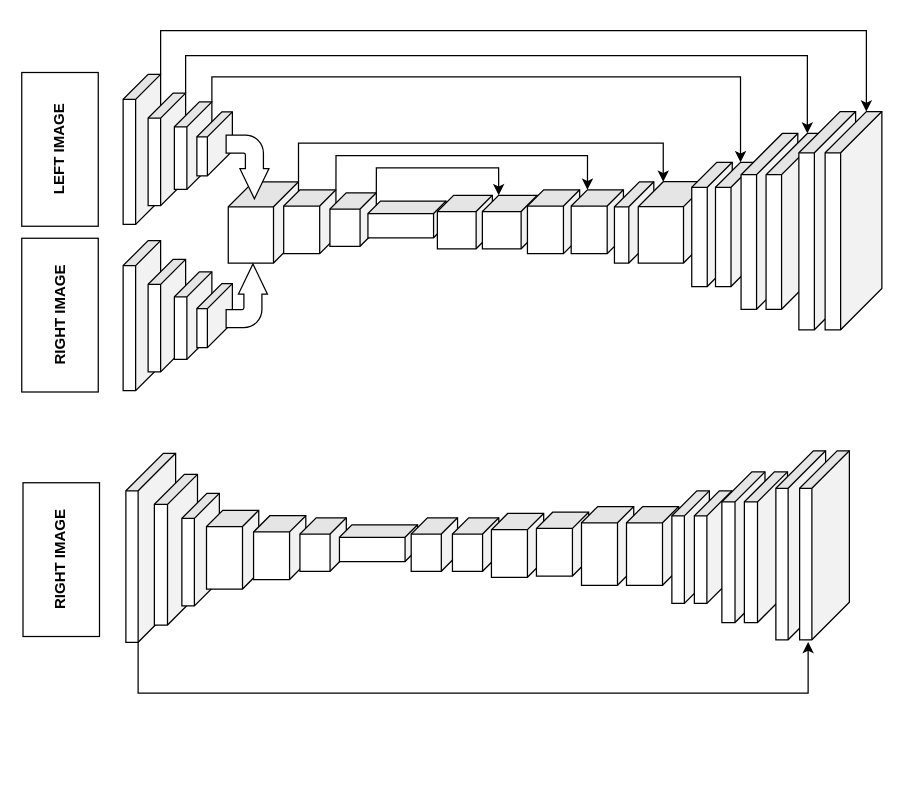
The draw.io diagram Untitled Diagram.drawio in APVGITHUB/stereo-fpga, before the edit. Source tidied: cells renumbered, new cells numbered last; positions are measured from the earlier drawing's top-left corner, leaving out a move shared by most shapes. Both pictures are drawn from the tidied source at 125%, with x=0, y=0 at pixel (-18, 30).
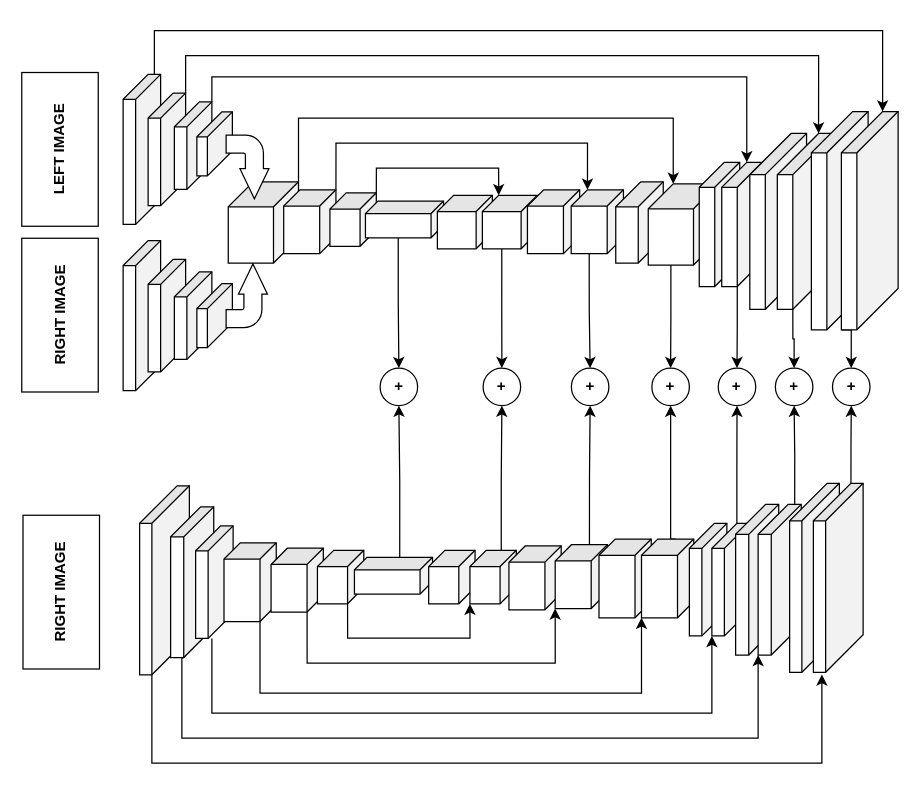
The same diagram, later.

Unchanged cells that the change refers to:
```xml
<mxCell id="3" style="shape=cube;whiteSpace=wrap;html=1;boundedLbl=1;backgroundOutline=1;darkOpacity=0.05;darkOpacity2=0.1;rotation=90;" parent="1" vertex="1">
  <mxGeometry x="67" y="80" width="120" height="30" as="geometry" />
</mxCell>
<mxCell id="5" style="shape=cube;whiteSpace=wrap;html=1;boundedLbl=1;backgroundOutline=1;darkOpacity=0.05;darkOpacity2=0.1;rotation=90;" parent="1" vertex="1">
  <mxGeometry x="102" y="80" width="90" height="30" as="geometry" />
</mxCell>
<mxCell id="16" style="shape=cube;whiteSpace=wrap;html=1;boundedLbl=1;backgroundOutline=1;darkOpacity=0.05;darkOpacity2=0.1;rotation=90;" parent="1" vertex="1">
  <mxGeometry x="191.7" y="125.3" width="65" height="56.2" as="geometry" />
</mxCell>
<mxCell id="20" style="shape=cube;whiteSpace=wrap;html=1;boundedLbl=1;backgroundOutline=1;darkOpacity=0.05;darkOpacity2=0.1;rotation=90;size=13;" parent="1" vertex="1">
  <mxGeometry x="235.8" y="132" width="51.1" height="41.8" as="geometry" />
</mxCell>
<mxCell id="22" style="shape=cube;whiteSpace=wrap;html=1;boundedLbl=1;backgroundOutline=1;darkOpacity=0.05;darkOpacity2=0.1;rotation=90;size=13;" parent="1" vertex="1">
  <mxGeometry x="274.6" y="132.6" width="42.8" height="37.1" as="geometry" />
</mxCell>
<mxCell id="25" style="shape=cube;whiteSpace=wrap;html=1;boundedLbl=1;backgroundOutline=1;darkOpacity=0.05;darkOpacity2=0.1;rotation=90;size=13;" parent="1" vertex="1">
  <mxGeometry x="400" y="131.1" width="42.8" height="44" as="geometry" />
</mxCell>
<mxCell id="27" style="shape=cube;whiteSpace=wrap;html=1;boundedLbl=1;backgroundOutline=1;darkOpacity=0.05;darkOpacity2=0.1;rotation=90;size=13;" parent="1" vertex="1">
  <mxGeometry x="465.8" y="132" width="51.1" height="41.8" as="geometry" />
</mxCell>
```

The edit, as a diff of the source:
```diff
@@
-    <mxCell id="2" style="edgeStyle=orthogonalEdgeStyle;rounded=0;jettySize=auto;html=1;exitX=0;exitY=0;exitDx=0;exitDy=0;exitPerimeter=0;entryX=0;entryY=0;entryDx=0;entryDy=12.399999999999999;entryPerimeter=0;" parent="1" edge="1" source="3" target="35">
+    <mxCell id="2" style="edgeStyle=orthogonalEdgeStyle;rounded=0;jettySize=auto;html=1;exitX=0;exitY=0;exitDx=0;exitDy=5.000000000000002;exitPerimeter=0;entryX=0;entryY=0;entryDx=0;entryDy=12.399999999999999;entryPerimeter=0;" parent="1" edge="1" source="3" target="35">
       <mxGeometry relative="1" as="geometry">
         <Array as="points">
-          <mxPoint x="142" />
-          <mxPoint x="707" />
+          <mxPoint x="137" />
+          <mxPoint x="720" />
         </Array>
       </mxGeometry>
     </mxCell>
@@
     <mxCell id="4" style="edgeStyle=orthogonalEdgeStyle;rounded=0;jettySize=auto;html=1;exitX=0;exitY=0;exitDx=0;exitDy=0;exitPerimeter=0;entryX=0;entryY=0;entryDx=0;entryDy=12.399999999999999;entryPerimeter=0;" parent="1" edge="1" source="5" target="33">
       <mxGeometry relative="1" as="geometry">
         <Array as="points">
           <mxPoint x="162" y="20" />
-          <mxPoint x="659" y="20" />
+          <mxPoint x="668" y="20" />
         </Array>
       </mxGeometry>
     </mxCell>
@@
-    <mxCell id="15" style="edgeStyle=orthogonalEdgeStyle;rounded=0;jettySize=auto;html=1;exitX=0;exitY=0;exitDx=0;exitDy=0;exitPerimeter=0;entryX=0;entryY=0;entryDx=0;entryDy=36.21;entryPerimeter=0;" parent="1" edge="1" source="16" target="29">
+    <mxCell id="15" style="edgeStyle=orthogonalEdgeStyle;rounded=0;jettySize=auto;html=1;exitX=0;exitY=0;exitDx=0;exitDy=0;exitPerimeter=0;entryX=0;entryY=0;entryDx=0;entryDy=36.21000000000001;entryPerimeter=0;" parent="1" edge="1" source="16" target="29">
       <mxGeometry relative="1" as="geometry">
         <Array as="points">
-          <mxPoint x="252" y="90" />
-          <mxPoint x="544" y="90" />
+          <mxPoint x="252" y="70" />
+          <mxPoint x="552" y="70" />
         </Array>
       </mxGeometry>
     </mxCell>
@@
     <mxCell id="19" style="edgeStyle=orthogonalEdgeStyle;rounded=0;jettySize=auto;html=1;exitX=0;exitY=0;exitDx=0;exitDy=0;exitPerimeter=0;entryX=0;entryY=0;entryDx=0;entryDy=28.78;entryPerimeter=0;" parent="1" edge="1" source="20" target="27">
       <mxGeometry relative="1" as="geometry">
         <Array as="points">
-          <mxPoint x="282" y="100" />
-          <mxPoint x="484" y="100" />
+          <mxPoint x="282" y="90" />
+          <mxPoint x="484" y="90" />
         </Array>
       </mxGeometry>
     </mxCell>
@@
     <mxCell id="21" style="edgeStyle=orthogonalEdgeStyle;rounded=0;jettySize=auto;html=1;exitX=0;exitY=0;exitDx=0;exitDy=0;exitPerimeter=0;entryX=0;entryY=0;entryDx=0;entryDy=30.950000000000003;entryPerimeter=0;" parent="1" edge="1" source="22" target="25">
-      <mxGeometry relative="1" as="geometry" />
+      <mxGeometry relative="1" as="geometry">
+        <Array as="points">
+          <mxPoint x="314" y="110" />
+          <mxPoint x="412" y="110" />
+        </Array>
+      </mxGeometry>
     </mxCell>
@@
+    <mxCell id="57" style="edgeStyle=orthogonalEdgeStyle;rounded=0;jettySize=auto;html=1;exitX=0;exitY=0;exitDx=29.43;exitDy=36.269999999999996;exitPerimeter=0;entryX=0.5;entryY=0;entryDx=0;entryDy=0;" parent="1" edge="1" source="23" target="76">
+      <mxGeometry relative="1" as="geometry" />
+    </mxCell>
     <mxCell id="23" style="shape=cube;whiteSpace=wrap;html=1;boundedLbl=1;backgroundOutline=1;darkOpacity=0.05;darkOpacity2=0.1;rotation=90;size=10;" parent="1" vertex="1">
-      <mxGeometry x="324.4" y="119.8" width="29.4" height="62.5" as="geometry" />
+      <mxGeometry x="322.4" y="119.8" width="29.4" height="62.5" as="geometry" />
     </mxCell>
@@
+    <mxCell id="58" style="edgeStyle=orthogonalEdgeStyle;rounded=0;jettySize=auto;html=1;exitX=0;exitY=0;exitDx=42.81;exitDy=28.475;exitPerimeter=0;entryX=0.5;entryY=0;entryDx=0;entryDy=0;" parent="1" edge="1" source="25" target="77">
+      <mxGeometry relative="1" as="geometry" />
+    </mxCell>
@@
+    <mxCell id="59" style="edgeStyle=orthogonalEdgeStyle;rounded=0;jettySize=auto;html=1;exitX=0;exitY=0;exitDx=51.150000000000006;exitDy=27.39;exitPerimeter=0;entryX=0.5;entryY=0;entryDx=0;entryDy=0;" parent="1" edge="1" source="27" target="78">
+      <mxGeometry relative="1" as="geometry" />
+    </mxCell>
@@
     <mxCell id="28" style="shape=cube;whiteSpace=wrap;html=1;boundedLbl=1;backgroundOutline=1;darkOpacity=0.05;darkOpacity2=0.1;rotation=90;" parent="1" vertex="1">
-      <mxGeometry x="488.3" y="137.7" width="65" height="31.5" as="geometry" />
+      <mxGeometry x="492.6" y="134.4" width="65" height="38" as="geometry" />
     </mxCell>
+    <mxCell id="60" style="edgeStyle=orthogonalEdgeStyle;rounded=0;jettySize=auto;html=1;exitX=0;exitY=0;exitDx=65.01;exitDy=38.105000000000004;exitPerimeter=0;entryX=0.5;entryY=0;entryDx=0;entryDy=0;" parent="1" edge="1" source="29" target="79">
+      <mxGeometry relative="1" as="geometry" />
+    </mxCell>
     <mxCell id="29" style="shape=cube;whiteSpace=wrap;html=1;boundedLbl=1;backgroundOutline=1;darkOpacity=0.05;darkOpacity2=0.1;rotation=90;" parent="1" vertex="1">
-      <mxGeometry x="519.7" y="125.3" width="65" height="56.2" as="geometry" />
+      <mxGeometry x="527.7" y="126.9" width="65" height="56.2" as="geometry" />
     </mxCell>
     <mxCell id="30" style="shape=cube;whiteSpace=wrap;html=1;boundedLbl=1;backgroundOutline=1;darkOpacity=0.05;darkOpacity2=0.1;rotation=90;" parent="1" vertex="1">
-      <mxGeometry x="533.4" y="138.8" width="99.4" height="32.4" as="geometry" />
+      <mxGeometry x="539.4" y="138.8" width="99.4" height="32.4" as="geometry" />
     </mxCell>
+    <mxCell id="61" style="edgeStyle=orthogonalEdgeStyle;rounded=0;jettySize=auto;html=1;exitX=0;exitY=0;exitDx=99.4;exitDy=20;exitPerimeter=0;entryX=0.5;entryY=0;entryDx=0;entryDy=0;" parent="1" edge="1" source="31" target="80">
+      <mxGeometry relative="1" as="geometry" />
+    </mxCell>
     <mxCell id="31" style="shape=cube;whiteSpace=wrap;html=1;boundedLbl=1;backgroundOutline=1;darkOpacity=0.05;darkOpacity2=0.1;rotation=90;" parent="1" vertex="1">
-      <mxGeometry x="552.4" y="138.8" width="99.4" height="32.4" as="geometry" />
+      <mxGeometry x="557.4" y="138.8" width="99.4" height="32.4" as="geometry" />
     </mxCell>
     <mxCell id="32" style="shape=cube;whiteSpace=wrap;html=1;boundedLbl=1;backgroundOutline=1;darkOpacity=0.05;darkOpacity2=0.1;rotation=90;size=33;" parent="1" vertex="1">
-      <mxGeometry x="558.7" y="129.9" width="140.7" height="45.4" as="geometry" />
+      <mxGeometry x="565.7" y="129.9" width="140.7" height="45.4" as="geometry" />
     </mxCell>
+    <mxCell id="62" style="edgeStyle=orthogonalEdgeStyle;rounded=0;jettySize=auto;html=1;exitX=0;exitY=0;exitDx=140.74;exitDy=33;exitPerimeter=0;entryX=0.5;entryY=0;entryDx=0;entryDy=0;" parent="1" edge="1" source="33" target="81">
+      <mxGeometry relative="1" as="geometry" />
+    </mxCell>
     <mxCell id="33" style="shape=cube;whiteSpace=wrap;html=1;boundedLbl=1;backgroundOutline=1;darkOpacity=0.05;darkOpacity2=0.1;rotation=90;size=33;" parent="1" vertex="1">
-      <mxGeometry x="578.7" y="129.9" width="140.7" height="45.4" as="geometry" />
+      <mxGeometry x="587.7" y="129.9" width="140.7" height="45.4" as="geometry" />
     </mxCell>
     <mxCell id="34" style="shape=cube;whiteSpace=wrap;html=1;boundedLbl=1;backgroundOutline=1;darkOpacity=0.05;darkOpacity2=0.1;rotation=90;size=33;" parent="1" vertex="1">
-      <mxGeometry x="588" y="129.3" width="174.6" height="45.4" as="geometry" />
+      <mxGeometry x="598" y="129.3" width="174.6" height="45.4" as="geometry" />
     </mxCell>
+    <mxCell id="63" style="edgeStyle=orthogonalEdgeStyle;rounded=0;jettySize=auto;html=1;exitX=1;exitY=1;exitDx=0;exitDy=0;exitPerimeter=0;entryX=0.5;entryY=0;entryDx=0;entryDy=0;" parent="1" edge="1" source="35" target="82">
+      <mxGeometry relative="1" as="geometry" />
+    </mxCell>
     <mxCell id="35" style="shape=cube;whiteSpace=wrap;html=1;boundedLbl=1;backgroundOutline=1;darkOpacity=0.05;darkOpacity2=0.1;rotation=90;size=33;" parent="1" vertex="1">
-      <mxGeometry x="609" y="129.3" width="174.6" height="45.4" as="geometry" />
+      <mxGeometry x="622" y="129.3" width="174.6" height="45.4" as="geometry" />
     </mxCell>
     <mxCell id="36" style="edgeStyle=orthogonalEdgeStyle;rounded=0;jettySize=auto;html=1;exitX=0;exitY=0;exitDx=151.25;exitDy=30;exitPerimeter=0;" parent="1" edge="1" source="37">
       <mxGeometry relative="1" as="geometry">
-        <mxPoint x="660" y="489" as="targetPoint" />
+        <mxPoint x="671" y="515" as="targetPoint" />
         <Array as="points">
-          <mxPoint x="124" y="530" />
-          <mxPoint x="660" y="530" />
+          <mxPoint x="135" y="586" />
+          <mxPoint x="671" y="586" />
         </Array>
       </mxGeometry>
     </mxCell>
     <mxCell id="37" style="shape=cube;whiteSpace=wrap;html=1;boundedLbl=1;backgroundOutline=1;darkOpacity=0.05;darkOpacity2=0.1;rotation=90;size=30;" parent="1" vertex="1">
-      <mxGeometry x="58.5" y="393.8" width="151.2" height="39.8" as="geometry" />
+      <mxGeometry x="69.5" y="419.8" width="151.2" height="39.8" as="geometry" />
     </mxCell>
+    <mxCell id="64" style="edgeStyle=orthogonalEdgeStyle;rounded=0;jettySize=auto;html=1;exitX=0;exitY=0;exitDx=120.5;exitDy=24;exitPerimeter=0;entryX=1;entryY=1;entryDx=0;entryDy=0;entryPerimeter=0;" parent="1" edge="1" source="38" target="54">
+      <mxGeometry relative="1" as="geometry">
+        <Array as="points">
+          <mxPoint x="159" y="566" />
+          <mxPoint x="620" y="566" />
+        </Array>
+      </mxGeometry>
+    </mxCell>
     <mxCell id="38" style="shape=cube;whiteSpace=wrap;html=1;boundedLbl=1;backgroundOutline=1;darkOpacity=0.05;darkOpacity2=0.1;rotation=90;size=24;" parent="1" vertex="1">
-      <mxGeometry x="94" y="398" width="120.5" height="34.5" as="geometry" />
+      <mxGeometry x="107" y="424" width="120.5" height="34.5" as="geometry" />
     </mxCell>
+    <mxCell id="65" style="edgeStyle=orthogonalEdgeStyle;rounded=0;jettySize=auto;html=1;exitX=0;exitY=0;exitDx=90;exitDy=20;exitPerimeter=0;entryX=1;entryY=1;entryDx=0;entryDy=0;entryPerimeter=0;" parent="1" edge="1" target="52">
+      <mxGeometry relative="1" as="geometry">
+        <mxPoint x="183" y="486.2" as="sourcePoint" />
+        <Array as="points">
+          <mxPoint x="183" y="546" />
+          <mxPoint x="583" y="546" />
+        </Array>
+      </mxGeometry>
+    </mxCell>
     <mxCell id="39" style="shape=cube;whiteSpace=wrap;html=1;boundedLbl=1;backgroundOutline=1;darkOpacity=0.05;darkOpacity2=0.1;rotation=90;" parent="1" vertex="1">
-      <mxGeometry x="129" y="400.2" width="90" height="30" as="geometry" />
+      <mxGeometry x="140" y="426.2" width="90" height="30" as="geometry" />
     </mxCell>
+    <mxCell id="66" style="edgeStyle=orthogonalEdgeStyle;rounded=0;jettySize=auto;html=1;exitX=0;exitY=0;exitDx=62.99999999999999;exitDy=13;exitPerimeter=0;entryX=1;entryY=1;entryDx=0;entryDy=0;entryPerimeter=0;" parent="1" edge="1" source="40" target="50">
+      <mxGeometry relative="1" as="geometry">
+        <Array as="points">
+          <mxPoint x="222" y="530" />
+          <mxPoint x="527" y="530" />
+        </Array>
+      </mxGeometry>
+    </mxCell>
     <mxCell id="40" style="shape=cube;whiteSpace=wrap;html=1;boundedLbl=1;backgroundOutline=1;darkOpacity=0.05;darkOpacity2=0.1;rotation=90;size=13;" parent="1" vertex="1">
-      <mxGeometry x="168.1" y="394.3" width="63" height="41.8" as="geometry" />
+      <mxGeometry x="182.1" y="420.3" width="63" height="41.8" as="geometry" />
     </mxCell>
+    <mxCell id="67" style="edgeStyle=orthogonalEdgeStyle;rounded=0;jettySize=auto;html=1;exitX=0;exitY=0;exitDx=51.150000000000006;exitDy=13;exitPerimeter=0;entryX=1;entryY=1;entryDx=0;entryDy=0;entryPerimeter=0;" parent="1" edge="1" source="41" target="48">
+      <mxGeometry relative="1" as="geometry">
+        <Array as="points">
+          <mxPoint x="259" y="506" />
+          <mxPoint x="457" y="506" />
+        </Array>
+      </mxGeometry>
+    </mxCell>
     <mxCell id="41" style="shape=cube;whiteSpace=wrap;html=1;boundedLbl=1;backgroundOutline=1;darkOpacity=0.05;darkOpacity2=0.1;rotation=90;size=13;" parent="1" vertex="1">
-      <mxGeometry x="211.7" y="392.7" width="51.1" height="41.8" as="geometry" />
+      <mxGeometry x="225.7" y="418.7" width="51.1" height="41.8" as="geometry" />
     </mxCell>
+    <mxCell id="68" style="edgeStyle=orthogonalEdgeStyle;rounded=0;jettySize=auto;html=1;exitX=0;exitY=0;exitDx=42.81;exitDy=13;exitPerimeter=0;entryX=1;entryY=1;entryDx=0;entryDy=0;entryPerimeter=0;" parent="1" edge="1" source="42" target="46">
+      <mxGeometry relative="1" as="geometry">
+        <Array as="points">
+          <mxPoint x="292" y="486" />
+          <mxPoint x="389" y="486" />
+        </Array>
+      </mxGeometry>
+    </mxCell>
     <mxCell id="42" style="shape=cube;whiteSpace=wrap;html=1;boundedLbl=1;backgroundOutline=1;darkOpacity=0.05;darkOpacity2=0.1;rotation=90;size=13;" parent="1" vertex="1">
-      <mxGeometry x="250.6" y="392.6" width="42.8" height="37.1" as="geometry" />
+      <mxGeometry x="264.6" y="418.6" width="42.8" height="37.1" as="geometry" />
     </mxCell>
+    <mxCell id="69" style="edgeStyle=orthogonalEdgeStyle;rounded=0;jettySize=auto;html=1;exitX=0;exitY=0;exitDx=0;exitDy=26.27;exitPerimeter=0;entryX=0.5;entryY=1;entryDx=0;entryDy=0;" parent="1" edge="1" source="43" target="76">
+      <mxGeometry relative="1" as="geometry" />
+    </mxCell>
     <mxCell id="43" style="shape=cube;whiteSpace=wrap;html=1;boundedLbl=1;backgroundOutline=1;darkOpacity=0.05;darkOpacity2=0.1;rotation=90;size=10;" parent="1" vertex="1">
-      <mxGeometry x="301.6" y="378.8" width="29.4" height="62.5" as="geometry" />
+      <mxGeometry x="313.6" y="404.8" width="29.4" height="62.5" as="geometry" />
     </mxCell>
     <mxCell id="44" value="&lt;b&gt;RIGHT IMAGE&lt;/b&gt;" style="rounded=0;whiteSpace=wrap;html=1;rotation=-90;" parent="1" vertex="1">
-      <mxGeometry x="1" y="392.6" width="123" height="61.2" as="geometry" />
+      <mxGeometry x="1" y="418.6" width="123" height="61.2" as="geometry" />
     </mxCell>
     <mxCell id="45" style="shape=cube;whiteSpace=wrap;html=1;boundedLbl=1;backgroundOutline=1;darkOpacity=0.05;darkOpacity2=0.1;rotation=90;size=13;" parent="1" vertex="1">
-      <mxGeometry x="339.6" y="392.6" width="42.8" height="37.1" as="geometry" />
+      <mxGeometry x="353.6" y="418.6" width="42.8" height="37.1" as="geometry" />
     </mxCell>
+    <mxCell id="70" style="edgeStyle=orthogonalEdgeStyle;rounded=0;jettySize=auto;html=1;exitX=0;exitY=0;exitDx=0;exitDy=12.055;exitPerimeter=0;entryX=0.5;entryY=1;entryDx=0;entryDy=0;" parent="1" edge="1" source="46" target="77">
+      <mxGeometry relative="1" as="geometry" />
+    </mxCell>
     <mxCell id="46" style="shape=cube;whiteSpace=wrap;html=1;boundedLbl=1;backgroundOutline=1;darkOpacity=0.05;darkOpacity2=0.1;rotation=90;size=13;" parent="1" vertex="1">
-      <mxGeometry x="372.6" y="392.6" width="42.8" height="37.1" as="geometry" />
+      <mxGeometry x="386.6" y="418.6" width="42.8" height="37.1" as="geometry" />
     </mxCell>
     <mxCell id="47" style="shape=cube;whiteSpace=wrap;html=1;boundedLbl=1;backgroundOutline=1;darkOpacity=0.05;darkOpacity2=0.1;rotation=90;size=13;" parent="1" vertex="1">
-      <mxGeometry x="402" y="390.9" width="51.1" height="41.8" as="geometry" />
+      <mxGeometry x="416" y="416.9" width="51.1" height="41.8" as="geometry" />
     </mxCell>
+    <mxCell id="71" style="edgeStyle=orthogonalEdgeStyle;rounded=0;jettySize=auto;html=1;exitX=0;exitY=0;exitDx=0;exitDy=14.39;exitPerimeter=0;" parent="1" edge="1" source="48" target="78">
+      <mxGeometry relative="1" as="geometry" />
+    </mxCell>
     <mxCell id="48" style="shape=cube;whiteSpace=wrap;html=1;boundedLbl=1;backgroundOutline=1;darkOpacity=0.05;darkOpacity2=0.1;rotation=90;size=13;" parent="1" vertex="1">
-      <mxGeometry x="438" y="389.9" width="51.1" height="41.8" as="geometry" />
+      <mxGeometry x="453" y="415.9" width="51.1" height="41.8" as="geometry" />
     </mxCell>
     <mxCell id="49" style="shape=cube;whiteSpace=wrap;html=1;boundedLbl=1;backgroundOutline=1;darkOpacity=0.05;darkOpacity2=0.1;rotation=90;size=13;" parent="1" vertex="1">
-      <mxGeometry x="468.1" y="391.3" width="63" height="41.8" as="geometry" />
+      <mxGeometry x="482.1" y="417.3" width="63" height="41.8" as="geometry" />
     </mxCell>
+    <mxCell id="72" style="edgeStyle=orthogonalEdgeStyle;rounded=0;jettySize=auto;html=1;exitX=0;exitY=0;exitDx=0;exitDy=14.39;exitPerimeter=0;entryX=0.5;entryY=1;entryDx=0;entryDy=0;" parent="1" edge="1" source="50" target="79">
+      <mxGeometry relative="1" as="geometry">
+        <Array as="points">
+          <mxPoint x="550" y="407" />
+        </Array>
+      </mxGeometry>
+    </mxCell>
     <mxCell id="50" style="shape=cube;whiteSpace=wrap;html=1;boundedLbl=1;backgroundOutline=1;darkOpacity=0.05;darkOpacity2=0.1;rotation=90;size=13;" parent="1" vertex="1">
-      <mxGeometry x="504.1" y="391.3" width="63" height="41.8" as="geometry" />
+      <mxGeometry x="516.1" y="417.3" width="63" height="41.8" as="geometry" />
     </mxCell>
     <mxCell id="51" style="shape=cube;whiteSpace=wrap;html=1;boundedLbl=1;backgroundOutline=1;darkOpacity=0.05;darkOpacity2=0.1;rotation=90;" parent="1" vertex="1">
-      <mxGeometry x="521" y="398.2" width="90" height="30" as="geometry" />
+      <mxGeometry x="535" y="424.2" width="90" height="30" as="geometry" />
     </mxCell>
+    <mxCell id="73" style="edgeStyle=orthogonalEdgeStyle;rounded=0;jettySize=auto;html=1;exitX=0;exitY=0;exitDx=0;exitDy=10.000000000000004;exitPerimeter=0;entryX=0.5;entryY=1;entryDx=0;entryDy=0;" parent="1" edge="1" source="52" target="80">
+      <mxGeometry relative="1" as="geometry" />
+    </mxCell>
     <mxCell id="52" style="shape=cube;whiteSpace=wrap;html=1;boundedLbl=1;backgroundOutline=1;darkOpacity=0.05;darkOpacity2=0.1;rotation=90;" parent="1" vertex="1">
-      <mxGeometry x="539" y="398.2" width="90" height="30" as="geometry" />
+      <mxGeometry x="553" y="424.2" width="90" height="30" as="geometry" />
     </mxCell>
     <mxCell id="53" style="shape=cube;whiteSpace=wrap;html=1;boundedLbl=1;backgroundOutline=1;darkOpacity=0.05;darkOpacity2=0.1;rotation=90;size=24;" parent="1" vertex="1">
-      <mxGeometry x="548" y="396" width="120.5" height="34.5" as="geometry" />
+      <mxGeometry x="559" y="422" width="120.5" height="34.5" as="geometry" />
     </mxCell>
+    <mxCell id="74" style="edgeStyle=orthogonalEdgeStyle;rounded=0;jettySize=auto;html=1;exitX=0;exitY=0;exitDx=0;exitDy=5.25;exitPerimeter=0;entryX=0.5;entryY=1;entryDx=0;entryDy=0;" parent="1" edge="1" source="54" target="81">
+      <mxGeometry relative="1" as="geometry" />
+    </mxCell>
     <mxCell id="54" style="shape=cube;whiteSpace=wrap;html=1;boundedLbl=1;backgroundOutline=1;darkOpacity=0.05;darkOpacity2=0.1;rotation=90;size=24;" parent="1" vertex="1">
-      <mxGeometry x="566" y="396" width="120.5" height="34.5" as="geometry" />
+      <mxGeometry x="577" y="422" width="120.5" height="34.5" as="geometry" />
     </mxCell>
     <mxCell id="55" style="shape=cube;whiteSpace=wrap;html=1;boundedLbl=1;backgroundOutline=1;darkOpacity=0.05;darkOpacity2=0.1;rotation=90;size=30;" parent="1" vertex="1">
-      <mxGeometry x="578.5" y="391.8" width="151.2" height="39.8" as="geometry" />
+      <mxGeometry x="589.5" y="417.8" width="151.2" height="39.8" as="geometry" />
     </mxCell>
+    <mxCell id="75" style="edgeStyle=orthogonalEdgeStyle;rounded=0;jettySize=auto;html=1;exitX=0;exitY=0;exitDx=0;exitDy=9.75;exitPerimeter=0;entryX=0.5;entryY=1;entryDx=0;entryDy=0;" parent="1" edge="1" source="56" target="82">
+      <mxGeometry relative="1" as="geometry" />
+    </mxCell>
     <mxCell id="56" style="shape=cube;whiteSpace=wrap;html=1;boundedLbl=1;backgroundOutline=1;darkOpacity=0.05;darkOpacity2=0.1;rotation=90;size=30;" parent="1" vertex="1">
-      <mxGeometry x="597.5" y="391.8" width="151.2" height="39.8" as="geometry" />
+      <mxGeometry x="608.5" y="417.8" width="151.2" height="39.8" as="geometry" />
     </mxCell>
+    <mxCell id="76" value="&lt;b&gt;+&lt;/b&gt;" style="ellipse;whiteSpace=wrap;html=1;" parent="1" vertex="1">
+      <mxGeometry x="317.6" y="270" width="30" height="30" as="geometry" />
+    </mxCell>
+    <mxCell id="77" value="&lt;b&gt;+&lt;/b&gt;" style="ellipse;whiteSpace=wrap;html=1;" parent="1" vertex="1">
+      <mxGeometry x="400" y="270" width="30" height="30" as="geometry" />
+    </mxCell>
+    <mxCell id="78" value="&lt;b&gt;+&lt;/b&gt;" style="ellipse;whiteSpace=wrap;html=1;" parent="1" vertex="1">
+      <mxGeometry x="470.6" y="270" width="30" height="30" as="geometry" />
+    </mxCell>
+    <mxCell id="79" value="&lt;b&gt;+&lt;/b&gt;" style="ellipse;whiteSpace=wrap;html=1;" parent="1" vertex="1">
+      <mxGeometry x="535" y="270" width="30" height="30" as="geometry" />
+    </mxCell>
+    <mxCell id="80" value="&lt;b&gt;+&lt;/b&gt;" style="ellipse;whiteSpace=wrap;html=1;" parent="1" vertex="1">
+      <mxGeometry x="588.1" y="270" width="30" height="30" as="geometry" />
+    </mxCell>
+    <mxCell id="81" value="&lt;b&gt;+&lt;/b&gt;" style="ellipse;whiteSpace=wrap;html=1;" parent="1" vertex="1">
+      <mxGeometry x="633.8" y="270" width="30" height="30" as="geometry" />
+    </mxCell>
+    <mxCell id="82" value="&lt;b&gt;+&lt;/b&gt;" style="ellipse;whiteSpace=wrap;html=1;" parent="1" vertex="1">
+      <mxGeometry x="679.5" y="270" width="30" height="30" as="geometry" />
+    </mxCell>
```
